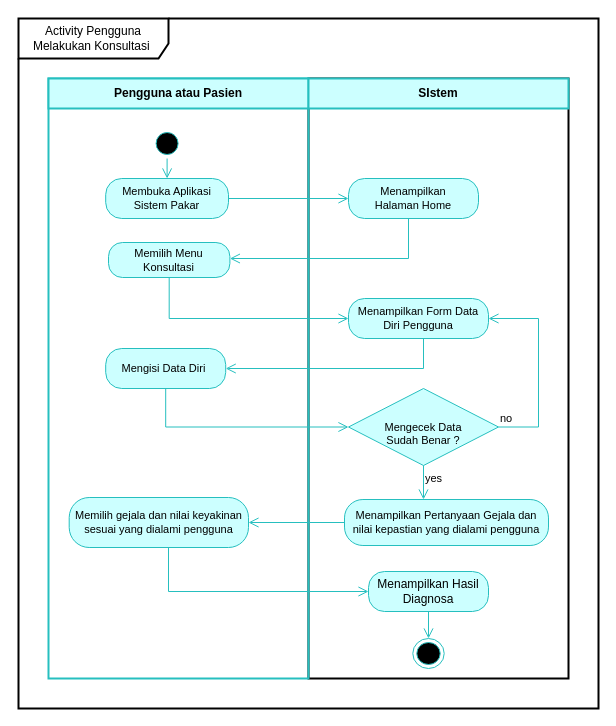
RyanRamadhan11/drawio keeps this draw.io diagram as page "Halaman-2" (2 of 32) of Diagram Tanpa Judul.drawio. Above is the earlier version. Source tidied: cells renumbered, new cells numbered last; positions are measured from the earlier drawing's top-left corner, leaving out a move shared by most shapes. Both pictures are drawn from the tidied source at 100%, with x=0, y=0 at pixel (18, 18).
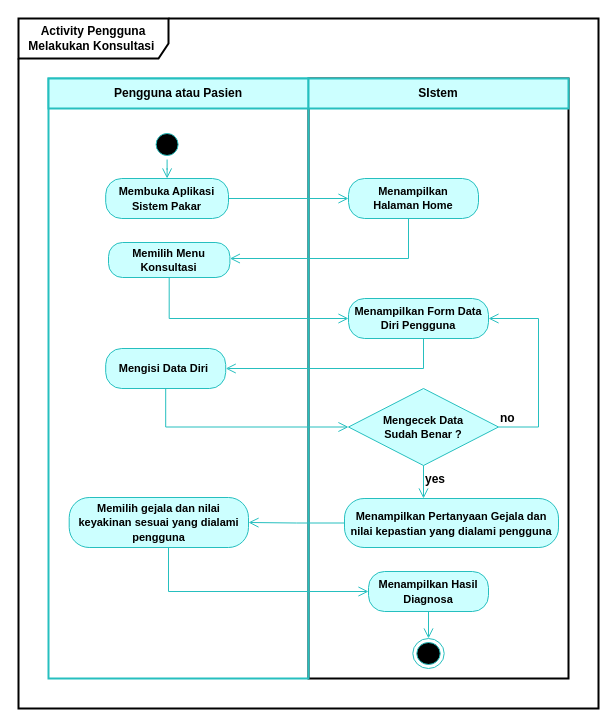
The same diagram, later.

Change to the diagram source:
```diff
@@
-    <mxCell id="2" value="&lt;font style=&quot;font-size: 12px;&quot;&gt;Activity Pengguna Melakukan Konsultasi&amp;nbsp;&lt;/font&gt;" style="shape=umlFrame;whiteSpace=wrap;html=1;width=150;height=40;strokeWidth=2;" parent="1" vertex="1">
+    <mxCell id="2" value="&lt;font style=&quot;font-size: 12px;&quot;&gt;&lt;b&gt;Activity Pengguna Melakukan Konsultasi&amp;nbsp;&lt;/b&gt;&lt;/font&gt;" style="shape=umlFrame;whiteSpace=wrap;html=1;width=150;height=40;strokeWidth=2;" parent="1" vertex="1">
       <mxGeometry width="580" height="690" as="geometry" />
     </mxCell>
@@
     <mxCell id="9" style="ellipse;html=1;shape=startState;fillColor=#000000;strokeColor=#26BFBF;" parent="1" vertex="1">
-      <mxGeometry x="133.6" y="110" width="30" height="30" as="geometry" />
+      <mxGeometry x="133.6" y="111" width="30" height="30" as="geometry" />
     </mxCell>
@@
-    <mxCell id="11" value="Membuka Aplikasi Sistem Pakar" style="rounded=1;whiteSpace=wrap;html=1;arcSize=40;fontColor=#000000;fillColor=#CCFFFF;strokeColor=#26BFBF;fontSize=11;" parent="1" vertex="1">
+    <mxCell id="11" value="&lt;font size=&quot;1&quot; style=&quot;&quot;&gt;&lt;b style=&quot;font-size: 11px;&quot;&gt;Membuka Aplikasi Sistem Pakar&lt;/b&gt;&lt;/font&gt;" style="rounded=1;whiteSpace=wrap;html=1;arcSize=40;fontSize=12;fontStyle=0;fontFamily=Helvetica;strokeColor=#26BFBF;fillColor=#CCFFFF;" parent="1" vertex="1">
       <mxGeometry x="87.2" y="160" width="122.8" height="40" as="geometry" />
     </mxCell>
@@
-    <mxCell id="13" value="Menampilkan &lt;br&gt;Halaman Home" style="rounded=1;whiteSpace=wrap;html=1;arcSize=40;fontColor=#000000;fillColor=#CCFFFF;strokeColor=#26BFBF;strokeWidth=1;fontSize=11;verticalAlign=middle;" parent="1" vertex="1">
+    <mxCell id="13" value="&lt;font style=&quot;font-size: 11px;&quot;&gt;&lt;b&gt;Menampilkan &lt;br&gt;Halaman Home&lt;/b&gt;&lt;/font&gt;" style="rounded=1;whiteSpace=wrap;html=1;arcSize=40;fontColor=#000000;fillColor=#CCFFFF;strokeColor=#26BFBF;strokeWidth=1;fontSize=11;verticalAlign=middle;fontStyle=0;" parent="1" vertex="1">
       <mxGeometry x="330" y="160" width="130" height="40" as="geometry" />
     </mxCell>
@@
-    <mxCell id="15" value="Memilih Menu Konsultasi" style="rounded=1;whiteSpace=wrap;html=1;arcSize=40;fontColor=#000000;fillColor=#CCFFFF;strokeColor=#26BFBF;fontSize=11;" parent="1" vertex="1">
+    <mxCell id="15" value="Memilih Menu Konsultasi" style="rounded=1;whiteSpace=wrap;html=1;arcSize=40;fontColor=#000000;fillColor=#CCFFFF;strokeColor=#26BFBF;fontSize=11;fontStyle=1;" parent="1" vertex="1">
       <mxGeometry x="90" y="224" width="121.4" height="35" as="geometry" />
     </mxCell>
@@
-    <mxCell id="17" value="Menampilkan Form Data Diri Pengguna" style="rounded=1;whiteSpace=wrap;html=1;arcSize=40;fontColor=#000000;fillColor=#CCFFFF;strokeColor=#26BFBF;fontSize=11;verticalAlign=middle;" parent="1" vertex="1">
+    <mxCell id="17" value="Menampilkan Form Data Diri Pengguna" style="rounded=1;whiteSpace=wrap;html=1;arcSize=40;fontColor=#000000;fillColor=#CCFFFF;strokeColor=#26BFBF;fontSize=11;verticalAlign=middle;fontStyle=1;" parent="1" vertex="1">
       <mxGeometry x="330" y="280" width="140" height="40" as="geometry" />
     </mxCell>
@@
-    <mxCell id="19" value="Mengisi Data Diri&amp;nbsp;" style="rounded=1;whiteSpace=wrap;html=1;arcSize=40;fontColor=#000000;fillColor=#CCFFFF;strokeColor=#26BFBF;fontSize=11;" parent="1" vertex="1">
+    <mxCell id="19" value="&lt;b&gt;&lt;font style=&quot;font-size: 11px;&quot;&gt;Mengisi Data Diri&amp;nbsp;&lt;/font&gt;&lt;/b&gt;" style="rounded=1;whiteSpace=wrap;html=1;arcSize=40;fontColor=#000000;fillColor=#CCFFFF;strokeColor=#26BFBF;fontSize=12;fontStyle=0;" parent="1" vertex="1">
       <mxGeometry x="87.2" y="330" width="120" height="40" as="geometry" />
     </mxCell>
-    <mxCell id="20" value="&lt;h3 style=&quot;font-size: 11px;&quot;&gt;&lt;span style=&quot;background-color: initial; font-weight: normal;&quot;&gt;&lt;font style=&quot;font-size: 11px;&quot;&gt;&lt;br&gt;&lt;/font&gt;&lt;/span&gt;&lt;span style=&quot;background-color: initial; font-weight: normal;&quot;&gt;&lt;font style=&quot;font-size: 11px;&quot;&gt;Mengecek Data&lt;br&gt;&lt;/font&gt;&lt;/span&gt;&lt;span style=&quot;background-color: initial; font-weight: normal;&quot;&gt;&lt;font style=&quot;font-size: 11px;&quot;&gt;Sudah Benar ?&lt;/font&gt;&lt;/span&gt;&lt;/h3&gt;" style="rhombus;whiteSpace=wrap;html=1;fontColor=#000000;fillColor=#CCFFFF;strokeColor=#26BFBF;align=center;" parent="1" vertex="1">
+    <mxCell id="20" value="&lt;h3 style=&quot;font-size: 11px;&quot;&gt;&lt;span style=&quot;font-size: 11px;&quot;&gt;&lt;span style=&quot;background-color: initial; font-size: 11px;&quot;&gt;&lt;font style=&quot;font-size: 11px;&quot;&gt;Mengecek Data&lt;br style=&quot;font-size: 11px;&quot;&gt;&lt;/font&gt;&lt;/span&gt;&lt;span style=&quot;background-color: initial; font-size: 11px;&quot;&gt;&lt;font style=&quot;font-size: 11px;&quot;&gt;Sudah Benar ?&lt;/font&gt;&lt;/span&gt;&lt;/span&gt;&lt;/h3&gt;" style="rhombus;whiteSpace=wrap;html=1;fontColor=#000000;fillColor=#CCFFFF;strokeColor=#26BFBF;align=center;fontStyle=0;fontSize=11;" parent="1" vertex="1">
       <mxGeometry x="330" y="370" width="150" height="77" as="geometry" />
     </mxCell>
-    <mxCell id="21" value="no" style="edgeStyle=orthogonalEdgeStyle;html=1;align=left;verticalAlign=bottom;endArrow=open;endSize=8;strokeColor=#26BFBF;rounded=0;entryX=1;entryY=0.5;entryDx=0;entryDy=0;" parent="1" edge="1" source="20" target="17">
+    <mxCell id="21" value="&lt;font style=&quot;font-size: 12px;&quot;&gt;&lt;b&gt;no&lt;/b&gt;&lt;/font&gt;" style="edgeStyle=orthogonalEdgeStyle;html=1;align=left;verticalAlign=bottom;endArrow=open;endSize=8;strokeColor=#26BFBF;rounded=0;entryX=1;entryY=0.5;entryDx=0;entryDy=0;" parent="1" edge="1" source="20" target="17">
       <mxGeometry x="-1" relative="1" as="geometry">
         <Array as="points">
           <mxPoint x="520" y="409" />
           <mxPoint x="520" y="300" />
         </Array>
       </mxGeometry>
     </mxCell>
-    <mxCell id="22" value="yes" style="edgeStyle=orthogonalEdgeStyle;html=1;align=left;verticalAlign=top;endArrow=open;endSize=8;strokeColor=#26BFBF;rounded=0;" parent="1" edge="1" source="20" target="23">
+    <mxCell id="22" value="&lt;font style=&quot;font-size: 12px;&quot;&gt;&lt;b&gt;yes&lt;/b&gt;&lt;/font&gt;" style="edgeStyle=orthogonalEdgeStyle;html=1;align=left;verticalAlign=top;endArrow=open;endSize=8;strokeColor=#26BFBF;rounded=0;" parent="1" edge="1" source="20" target="23">
       <mxGeometry x="-1" relative="1" as="geometry">
         <Array as="points">
           <mxPoint x="405" y="482" />
           <mxPoint x="405" y="482" />
         </Array>
       </mxGeometry>
     </mxCell>
-    <mxCell id="23" value="&lt;font style=&quot;font-size: 11px;&quot;&gt;Menampilkan Pertanyaan Gejala dan nilai kepastian yang dialami pengguna&lt;/font&gt;" style="rounded=1;whiteSpace=wrap;html=1;arcSize=40;fontColor=#000000;fillColor=#CCFFFF;strokeColor=#26BFBF;fontSize=10;verticalAlign=middle;" parent="1" vertex="1">
-      <mxGeometry x="326" y="481" width="204" height="46" as="geometry" />
+    <mxCell id="23" value="&lt;font style=&quot;font-size: 11px;&quot;&gt;&lt;b&gt;Menampilkan Pertanyaan Gejala dan nilai kepastian yang dialami pengguna&lt;/b&gt;&lt;/font&gt;" style="rounded=1;whiteSpace=wrap;html=1;arcSize=40;fontColor=#000000;fillColor=#CCFFFF;strokeColor=#26BFBF;fontSize=12;verticalAlign=middle;fontStyle=0;" parent="1" vertex="1">
+      <mxGeometry x="326" y="480" width="214" height="49" as="geometry" />
     </mxCell>
@@
-    <mxCell id="25" value="&lt;font style=&quot;font-size: 11px;&quot;&gt;Memilih gejala dan nilai keyakinan sesuai yang dialami pengguna&lt;/font&gt;" style="rounded=1;whiteSpace=wrap;html=1;arcSize=40;fontColor=#000000;fillColor=#CCFFFF;strokeColor=#26BFBF;fontSize=10;" parent="1" vertex="1">
+    <mxCell id="25" value="&lt;font size=&quot;1&quot; style=&quot;&quot;&gt;&lt;b style=&quot;font-size: 11px;&quot;&gt;Memilih gejala dan nilai keyakinan sesuai yang dialami pengguna&lt;/b&gt;&lt;/font&gt;" style="rounded=1;whiteSpace=wrap;html=1;arcSize=40;fontColor=#000000;fillColor=#CCFFFF;strokeColor=#26BFBF;fontSize=12;fontStyle=0;" parent="1" vertex="1">
       <mxGeometry x="50.7" y="479" width="179.3" height="50" as="geometry" />
     </mxCell>
@@
-    <mxCell id="27" value="Menampilkan Hasil Diagnosa" style="rounded=1;whiteSpace=wrap;html=1;arcSize=40;fontColor=#000000;fillColor=#CCFFFF;strokeColor=#26BFBF;" parent="1" vertex="1">
+    <mxCell id="27" value="&lt;b&gt;&lt;font style=&quot;font-size: 11px;&quot;&gt;Menampilkan Hasil Diagnosa&lt;/font&gt;&lt;/b&gt;" style="rounded=1;whiteSpace=wrap;html=1;arcSize=40;fontColor=#000000;fillColor=#CCFFFF;strokeColor=#26BFBF;fontStyle=0;" parent="1" vertex="1">
       <mxGeometry x="350" y="553" width="120" height="40" as="geometry" />
     </mxCell>
```
